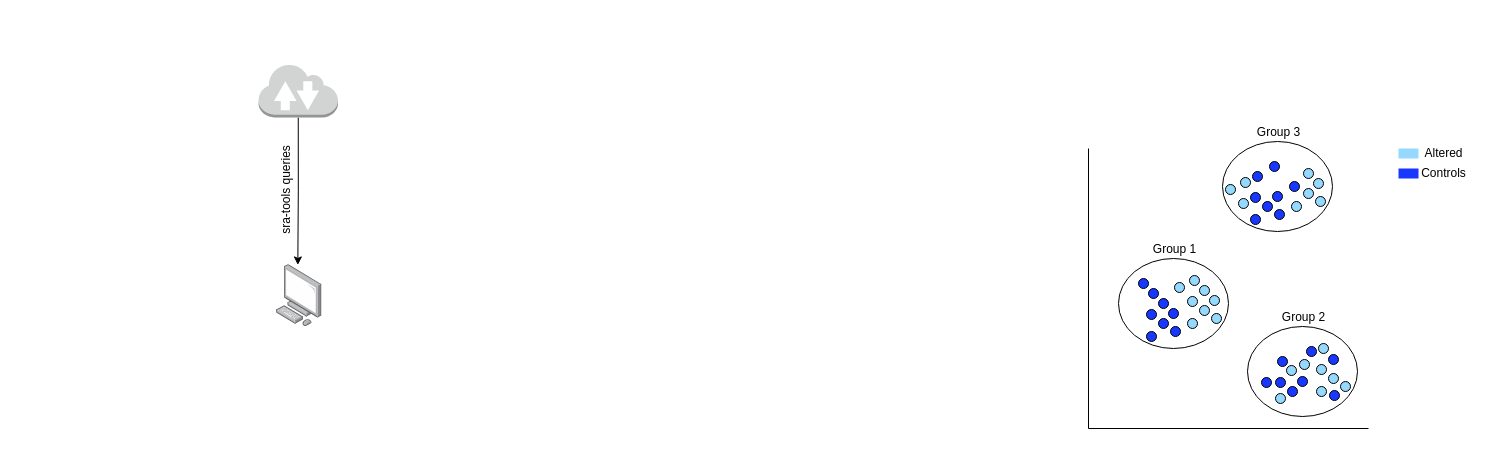
Before: images/fullPipeline.drawio in josura/SCAPE, a draw.io diagram. Source tidied: cells renumbered, new cells numbered last; positions are measured from the earlier drawing's top-left corner, leaving out a move shared by most shapes. Both pictures are drawn from the tidied source at 100%, with x=0, y=0 at pixel (231, 63).
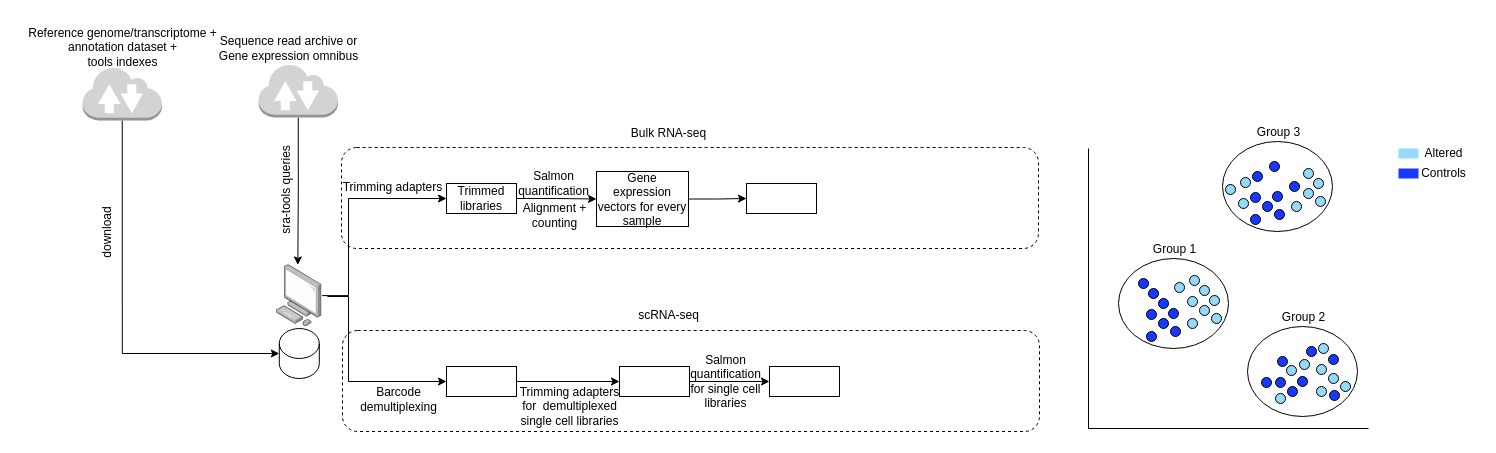
After the change.

Unchanged cells that the change refers to:
```xml
<mxCell id="64" style="points=[];html=1;align=center;shadow=0;dashed=0;image;image=img/lib/allied_telesis/computer_and_terminals/Personal_Computer.svg;" parent="1" vertex="1">
  <mxGeometry x="45" y="201.2" width="45.6" height="61.8" as="geometry" />
</mxCell>
```

Diff of the diagram source:
```diff
@@
+    <mxCell id="66" style="rounded=1;whiteSpace=wrap;html=1;fillColor=none;dashed=1;" parent="1" vertex="1">
+      <mxGeometry x="110" y="84" width="697" height="101" as="geometry" />
+    </mxCell>
+    <mxCell id="67" style="rounded=1;whiteSpace=wrap;html=1;fillColor=none;dashed=1;" parent="1" vertex="1">
+      <mxGeometry x="111" y="267" width="697" height="101" as="geometry" />
+    </mxCell>
@@
+    <mxCell id="68" style="edgeStyle=orthogonalEdgeStyle;rounded=0;jettySize=auto;html=1;entryX=0;entryY=0.5;entryDx=0;entryDy=0;" parent="1" edge="1" source="64" target="72">
+      <mxGeometry relative="1" as="geometry">
+        <Array as="points">
+          <mxPoint x="117" y="232" />
+          <mxPoint x="117" y="135" />
+        </Array>
+      </mxGeometry>
+    </mxCell>
@@
+    <mxCell id="69" style="shape=cylinder3;whiteSpace=wrap;html=1;boundedLbl=1;backgroundOutline=1;size=15;" parent="1" vertex="1">
+      <mxGeometry x="47.8" y="265" width="40" height="50" as="geometry" />
+    </mxCell>
+    <mxCell id="70" value="Bulk RNA-seq" style="text;html=1;align=center;verticalAlign=middle;strokeColor=none;fillColor=none;" parent="1" vertex="1">
+      <mxGeometry x="387" y="55" width="100" height="30" as="geometry" />
+    </mxCell>
+    <mxCell id="71" style="edgeStyle=orthogonalEdgeStyle;rounded=0;jettySize=auto;html=1;" parent="1" edge="1" source="72" target="80">
+      <mxGeometry relative="1" as="geometry" />
+    </mxCell>
+    <mxCell id="72" value="Trimmed libraries" style="rounded=0;whiteSpace=wrap;html=1;fillColor=none;" parent="1" vertex="1">
+      <mxGeometry x="215" y="120" width="70" height="30" as="geometry" />
+    </mxCell>
+    <mxCell id="73" style="edgeStyle=orthogonalEdgeStyle;rounded=0;jettySize=auto;html=1;entryX=0;entryY=0.5;entryDx=0;entryDy=0;exitX=1.118;exitY=0.515;exitDx=0;exitDy=0;exitPerimeter=0;" parent="1" edge="1" source="64" target="75">
+      <mxGeometry relative="1" as="geometry">
+        <Array as="points">
+          <mxPoint x="117" y="233" />
+          <mxPoint x="117" y="318" />
+        </Array>
+      </mxGeometry>
+    </mxCell>
+    <mxCell id="74" style="edgeStyle=orthogonalEdgeStyle;rounded=0;jettySize=auto;html=1;" parent="1" edge="1" source="75" target="78">
+      <mxGeometry relative="1" as="geometry" />
+    </mxCell>
+    <mxCell id="75" style="rounded=0;whiteSpace=wrap;html=1;fillColor=none;" parent="1" vertex="1">
+      <mxGeometry x="215" y="303" width="70" height="30" as="geometry" />
+    </mxCell>
+    <mxCell id="76" value="scRNA-seq" style="text;html=1;align=center;verticalAlign=middle;strokeColor=none;fillColor=none;" parent="1" vertex="1">
+      <mxGeometry x="397" y="237" width="80" height="30" as="geometry" />
+    </mxCell>
+    <mxCell id="77" style="edgeStyle=orthogonalEdgeStyle;rounded=0;jettySize=auto;html=1;" parent="1" edge="1" source="78" target="92">
+      <mxGeometry relative="1" as="geometry" />
+    </mxCell>
+    <mxCell id="78" style="rounded=0;whiteSpace=wrap;html=1;fillColor=none;" parent="1" vertex="1">
+      <mxGeometry x="388" y="303" width="70" height="30" as="geometry" />
+    </mxCell>
+    <mxCell id="79" style="edgeStyle=orthogonalEdgeStyle;rounded=0;jettySize=auto;html=1;" parent="1" edge="1" source="80" target="89">
+      <mxGeometry relative="1" as="geometry" />
+    </mxCell>
+    <mxCell id="80" value="Gene expression vectors for every sample" style="rounded=0;whiteSpace=wrap;html=1;fillColor=none;" parent="1" vertex="1">
+      <mxGeometry x="365" y="108" width="92" height="55" as="geometry" />
+    </mxCell>
+    <mxCell id="81" value="Trimming adapters" style="text;html=1;align=center;verticalAlign=middle;strokeColor=none;fillColor=none;" parent="1" vertex="1">
+      <mxGeometry x="101" y="109" width="120" height="30" as="geometry" />
+    </mxCell>
+    <mxCell id="82" value="Salmon&lt;br&gt;quantification" style="text;html=1;align=center;verticalAlign=middle;strokeColor=none;fillColor=none;" parent="1" vertex="1">
+      <mxGeometry x="277" y="100" width="90" height="40" as="geometry" />
+    </mxCell>
+    <mxCell id="83" value="Alignment +&lt;br&gt;counting" style="text;html=1;align=center;verticalAlign=middle;strokeColor=none;fillColor=none;" parent="1" vertex="1">
+      <mxGeometry x="278" y="132" width="90" height="40" as="geometry" />
+    </mxCell>
+    <mxCell id="84" value="Sequence read archive or&lt;br&gt;Gene expression omnibus" style="text;html=1;align=center;verticalAlign=middle;strokeColor=none;fillColor=none;" parent="1" vertex="1">
+      <mxGeometry x="-23" y="-35" width="160" height="40" as="geometry" />
+    </mxCell>
+    <mxCell id="85" style="edgeStyle=orthogonalEdgeStyle;rounded=0;jettySize=auto;html=1;exitX=0.5;exitY=1;exitDx=0;exitDy=0;exitPerimeter=0;entryX=0;entryY=0.5;entryDx=0;entryDy=0;entryPerimeter=0;" parent="1" edge="1" source="86" target="69">
+      <mxGeometry relative="1" as="geometry" />
+    </mxCell>
+    <mxCell id="86" style="outlineConnect=0;dashed=0;verticalLabelPosition=bottom;verticalAlign=top;align=center;html=1;shape=mxgraph.aws3.internet_2;fillColor=#D2D3D3;gradientColor=none;" parent="1" vertex="1">
+      <mxGeometry x="-149" y="3" width="79.5" height="54" as="geometry" />
+    </mxCell>
+    <mxCell id="87" value="Reference genome/transcriptome +&lt;br&gt;annotation dataset +&lt;br&gt;tools indexes" style="text;html=1;align=center;verticalAlign=middle;strokeColor=none;fillColor=none;" parent="1" vertex="1">
+      <mxGeometry x="-214" y="-46" width="210" height="60" as="geometry" />
+    </mxCell>
+    <mxCell id="88" value="download" style="text;html=1;align=center;verticalAlign=middle;strokeColor=none;fillColor=none;rotation=-90;" parent="1" vertex="1">
+      <mxGeometry x="-159.5" y="155" width="70" height="30" as="geometry" />
+    </mxCell>
+    <mxCell id="89" style="rounded=0;whiteSpace=wrap;html=1;fillColor=none;" parent="1" vertex="1">
+      <mxGeometry x="515" y="120" width="70" height="30" as="geometry" />
+    </mxCell>
+    <mxCell id="90" value="Barcode&lt;br&gt;demultiplexing" style="text;html=1;align=center;verticalAlign=middle;strokeColor=none;fillColor=none;" parent="1" vertex="1">
+      <mxGeometry x="117" y="316" width="100" height="40" as="geometry" />
+    </mxCell>
+    <mxCell id="91" value="Trimming adapters &lt;br&gt;for&amp;nbsp; demultiplexed&lt;br&gt;single cell libraries" style="text;html=1;align=center;verticalAlign=middle;strokeColor=none;fillColor=none;" parent="1" vertex="1">
+      <mxGeometry x="278" y="313" width="120" height="60" as="geometry" />
+    </mxCell>
+    <mxCell id="92" style="rounded=0;whiteSpace=wrap;html=1;fillColor=none;" parent="1" vertex="1">
+      <mxGeometry x="538" y="303" width="70" height="30" as="geometry" />
+    </mxCell>
+    <mxCell id="93" value="Salmon &lt;br&gt;quantification&lt;br&gt;for single cell&lt;br&gt;libraries" style="text;html=1;align=center;verticalAlign=middle;strokeColor=none;fillColor=none;" parent="1" vertex="1">
+      <mxGeometry x="449" y="283" width="90" height="70" as="geometry" />
+    </mxCell>
```
